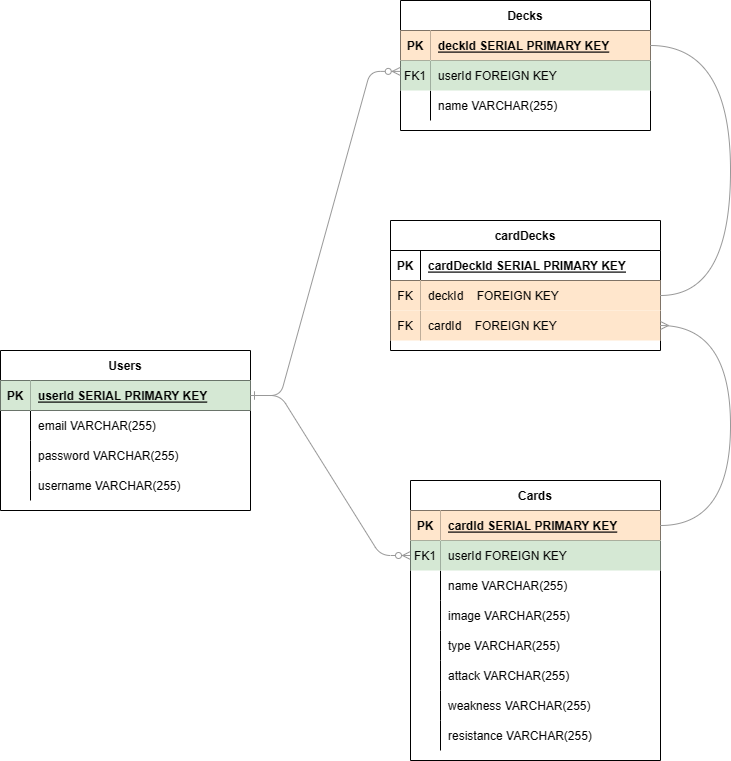
Earlier version of the draw.io export erd.drawio.png (JonDmc/PokeTCG). Source tidied: cells renumbered, new cells last; positions are measured from the earlier drawing's top-left corner, leaving out a move shared by most shapes.
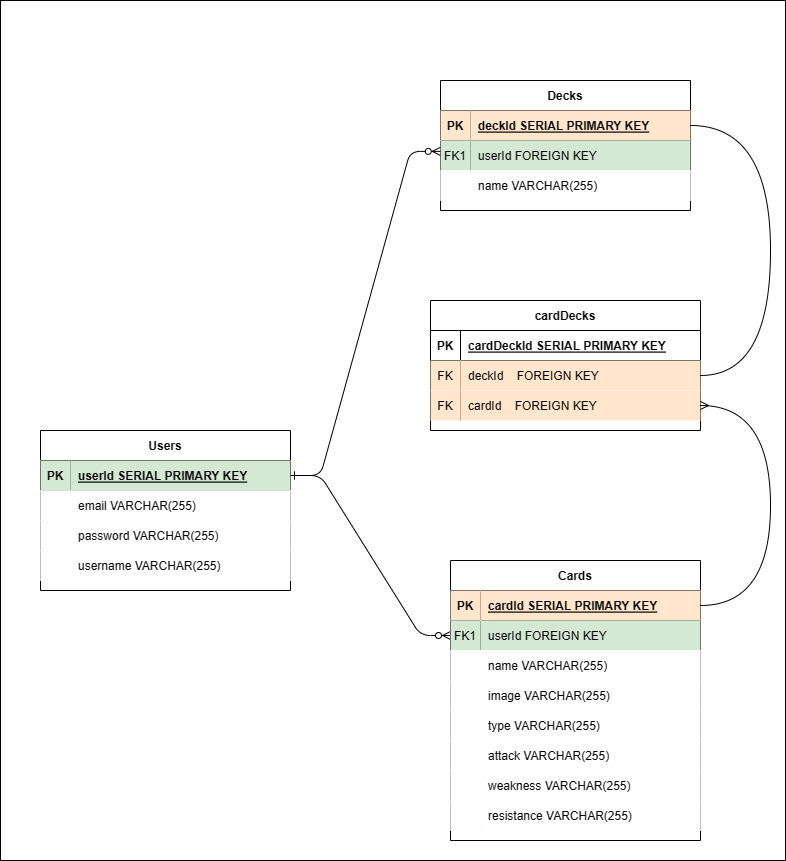
After the commit.

What changed in the source:
```diff
@@ -2,7 +2,10 @@
   <root>
     <mxCell id="0" />
     <mxCell id="1" parent="0" />
+    <mxCell id="64" style="rounded=0;whiteSpace=wrap;html=1;" parent="1" vertex="1">
+      <mxGeometry x="-40" y="-80" width="785" height="860" as="geometry" />
+    </mxCell>
-    <mxCell id="2" style="edgeStyle=entityRelationEdgeStyle;endArrow=ERzeroToMany;startArrow=ERone;endFill=1;startFill=0;strokeColor=#999999;" parent="1" edge="1" source="39" target="7">
+    <mxCell id="2" style="edgeStyle=entityRelationEdgeStyle;endArrow=ERzeroToMany;startArrow=ERone;endFill=1;startFill=0;strokeColor=#000000;" parent="1" edge="1" source="39" target="7">
       <mxGeometry relative="1" as="geometry" />
     </mxCell>
     <mxCell id="3" value="Cards" style="shape=table;startSize=30;rowLines=0;fontStyle=1;align=center;" parent="1" vertex="1">
@@ -26,58 +29,58 @@
     <mxCell id="9" value="userId FOREIGN KEY" style="shape=partialRectangle;overflow=hidden;fillColor=#d5e8d4;top=0;left=0;bottom=0;right=0;align=left;spacingLeft=6;strokeColor=#82b366;" parent="7" vertex="1">
       <mxGeometry x="30" width="220" height="30" as="geometry" />
     </mxCell>
-    <mxCell id="10" style="shape=partialRectangle;fillColor=none;top=0;left=0;right=0;bottom=0;" parent="3" vertex="1">
+    <mxCell id="10" style="shape=partialRectangle;top=0;left=0;right=0;bottom=0;" parent="3" vertex="1">
       <mxGeometry y="90" width="250" height="30" as="geometry" />
     </mxCell>
-    <mxCell id="11" style="shape=partialRectangle;overflow=hidden;fillColor=none;top=0;left=0;bottom=0;right=0;" parent="10" vertex="1">
+    <mxCell id="11" style="shape=partialRectangle;overflow=hidden;top=0;left=0;bottom=0;right=0;" parent="10" vertex="1">
       <mxGeometry width="30" height="30" as="geometry" />
     </mxCell>
-    <mxCell id="12" value="name VARCHAR(255)" style="shape=partialRectangle;overflow=hidden;fillColor=none;top=0;left=0;bottom=0;right=0;align=left;spacingLeft=6;" parent="10" vertex="1">
+    <mxCell id="12" value="name VARCHAR(255)" style="shape=partialRectangle;overflow=hidden;top=0;left=0;bottom=0;right=0;align=left;spacingLeft=6;" parent="10" vertex="1">
       <mxGeometry x="30" width="220" height="30" as="geometry" />
     </mxCell>
-    <mxCell id="13" style="shape=tableRow;horizontal=0;startSize=0;swimlaneHead=0;swimlaneBody=0;fillColor=none;top=0;left=0;right=0;bottom=0;" parent="3" vertex="1">
+    <mxCell id="13" style="shape=tableRow;horizontal=0;startSize=0;swimlaneHead=0;swimlaneBody=0;top=0;left=0;right=0;bottom=0;" parent="3" vertex="1">
       <mxGeometry y="120" width="250" height="30" as="geometry" />
     </mxCell>
-    <mxCell id="14" style="shape=partialRectangle;fillColor=none;top=0;left=0;bottom=0;right=0;overflow=hidden;" parent="13" vertex="1">
+    <mxCell id="14" style="shape=partialRectangle;top=0;left=0;bottom=0;right=0;overflow=hidden;" parent="13" vertex="1">
       <mxGeometry width="30" height="30" as="geometry" />
     </mxCell>
-    <mxCell id="15" value="image VARCHAR(255)" style="shape=partialRectangle;fillColor=none;top=0;left=0;bottom=0;right=0;align=left;spacingLeft=6;overflow=hidden;" parent="13" vertex="1">
+    <mxCell id="15" value="image VARCHAR(255)" style="shape=partialRectangle;top=0;left=0;bottom=0;right=0;align=left;spacingLeft=6;overflow=hidden;" parent="13" vertex="1">
       <mxGeometry x="30" width="220" height="30" as="geometry" />
     </mxCell>
-    <mxCell id="16" style="shape=tableRow;horizontal=0;startSize=0;swimlaneHead=0;swimlaneBody=0;fillColor=none;top=0;left=0;right=0;bottom=0;" parent="3" vertex="1">
+    <mxCell id="16" style="shape=tableRow;horizontal=0;startSize=0;swimlaneHead=0;swimlaneBody=0;top=0;left=0;right=0;bottom=0;" parent="3" vertex="1">
       <mxGeometry y="150" width="250" height="30" as="geometry" />
     </mxCell>
-    <mxCell id="17" style="shape=partialRectangle;fillColor=none;top=0;left=0;bottom=0;right=0;overflow=hidden;" parent="16" vertex="1">
+    <mxCell id="17" style="shape=partialRectangle;top=0;left=0;bottom=0;right=0;overflow=hidden;" parent="16" vertex="1">
       <mxGeometry width="30" height="30" as="geometry" />
     </mxCell>
-    <mxCell id="18" value="type VARCHAR(255)" style="shape=partialRectangle;fillColor=none;top=0;left=0;bottom=0;right=0;align=left;spacingLeft=6;overflow=hidden;" parent="16" vertex="1">
+    <mxCell id="18" value="type VARCHAR(255)" style="shape=partialRectangle;top=0;left=0;bottom=0;right=0;align=left;spacingLeft=6;overflow=hidden;" parent="16" vertex="1">
       <mxGeometry x="30" width="220" height="30" as="geometry" />
     </mxCell>
-    <mxCell id="19" style="shape=tableRow;horizontal=0;startSize=0;swimlaneHead=0;swimlaneBody=0;fillColor=none;top=0;left=0;right=0;bottom=0;" parent="3" vertex="1">
+    <mxCell id="19" style="shape=tableRow;horizontal=0;startSize=0;swimlaneHead=0;swimlaneBody=0;top=0;left=0;right=0;bottom=0;" parent="3" vertex="1">
       <mxGeometry y="180" width="250" height="30" as="geometry" />
     </mxCell>
-    <mxCell id="20" style="shape=partialRectangle;fillColor=none;top=0;left=0;bottom=0;right=0;overflow=hidden;" parent="19" vertex="1">
+    <mxCell id="20" style="shape=partialRectangle;top=0;left=0;bottom=0;right=0;overflow=hidden;" parent="19" vertex="1">
       <mxGeometry width="30" height="30" as="geometry" />
     </mxCell>
-    <mxCell id="21" value="attack VARCHAR(255)" style="shape=partialRectangle;fillColor=none;top=0;left=0;bottom=0;right=0;align=left;spacingLeft=6;overflow=hidden;" parent="19" vertex="1">
+    <mxCell id="21" value="attack VARCHAR(255)" style="shape=partialRectangle;top=0;left=0;bottom=0;right=0;align=left;spacingLeft=6;overflow=hidden;" parent="19" vertex="1">
       <mxGeometry x="30" width="220" height="30" as="geometry" />
     </mxCell>
-    <mxCell id="22" style="shape=tableRow;horizontal=0;startSize=0;swimlaneHead=0;swimlaneBody=0;fillColor=none;top=0;left=0;right=0;bottom=0;" parent="3" vertex="1">
+    <mxCell id="22" style="shape=tableRow;horizontal=0;startSize=0;swimlaneHead=0;swimlaneBody=0;top=0;left=0;right=0;bottom=0;" parent="3" vertex="1">
       <mxGeometry y="210" width="250" height="30" as="geometry" />
     </mxCell>
-    <mxCell id="23" style="shape=partialRectangle;fillColor=none;top=0;left=0;bottom=0;right=0;overflow=hidden;" parent="22" vertex="1">
+    <mxCell id="23" style="shape=partialRectangle;top=0;left=0;bottom=0;right=0;overflow=hidden;" parent="22" vertex="1">
       <mxGeometry width="30" height="30" as="geometry" />
     </mxCell>
-    <mxCell id="24" value="weakness VARCHAR(255)" style="shape=partialRectangle;fillColor=none;top=0;left=0;bottom=0;right=0;align=left;spacingLeft=6;overflow=hidden;" parent="22" vertex="1">
+    <mxCell id="24" value="weakness VARCHAR(255)" style="shape=partialRectangle;top=0;left=0;bottom=0;right=0;align=left;spacingLeft=6;overflow=hidden;" parent="22" vertex="1">
       <mxGeometry x="30" width="220" height="30" as="geometry" />
     </mxCell>
-    <mxCell id="25" style="shape=tableRow;horizontal=0;startSize=0;swimlaneHead=0;swimlaneBody=0;fillColor=none;top=0;left=0;right=0;bottom=0;" parent="3" vertex="1">
+    <mxCell id="25" style="shape=tableRow;horizontal=0;startSize=0;swimlaneHead=0;swimlaneBody=0;top=0;left=0;right=0;bottom=0;" parent="3" vertex="1">
       <mxGeometry y="240" width="250" height="30" as="geometry" />
     </mxCell>
-    <mxCell id="26" style="shape=partialRectangle;fillColor=none;top=0;left=0;bottom=0;right=0;overflow=hidden;" parent="25" vertex="1">
+    <mxCell id="26" style="shape=partialRectangle;top=0;left=0;bottom=0;right=0;overflow=hidden;" parent="25" vertex="1">
       <mxGeometry width="30" height="30" as="geometry" />
     </mxCell>
-    <mxCell id="27" value="resistance VARCHAR(255)" style="shape=partialRectangle;fillColor=none;top=0;left=0;bottom=0;right=0;align=left;spacingLeft=6;overflow=hidden;" parent="25" vertex="1">
+    <mxCell id="27" value="resistance VARCHAR(255)" style="shape=partialRectangle;top=0;left=0;bottom=0;right=0;align=left;spacingLeft=6;overflow=hidden;" parent="25" vertex="1">
       <mxGeometry x="30" width="220" height="30" as="geometry" />
     </mxCell>
     <mxCell id="28" value="Decks" style="shape=table;startSize=30;rowLines=0;fontStyle=1;align=center;" parent="1" vertex="1">
@@ -101,13 +104,13 @@
     <mxCell id="34" value="userId FOREIGN KEY" style="shape=partialRectangle;overflow=hidden;fillColor=#d5e8d4;top=0;left=0;bottom=0;right=0;align=left;spacingLeft=6;strokeColor=#82b366;" parent="32" vertex="1">
       <mxGeometry x="30" width="220" height="30" as="geometry" />
     </mxCell>
-    <mxCell id="35" style="shape=partialRectangle;fillColor=none;top=0;left=0;right=0;bottom=0;" parent="28" vertex="1">
+    <mxCell id="35" style="shape=partialRectangle;top=0;left=0;right=0;bottom=0;" parent="28" vertex="1">
       <mxGeometry y="90" width="250" height="30" as="geometry" />
     </mxCell>
-    <mxCell id="36" style="shape=partialRectangle;overflow=hidden;fillColor=none;top=0;left=0;bottom=0;right=0;" parent="35" vertex="1">
+    <mxCell id="36" style="shape=partialRectangle;overflow=hidden;top=0;left=0;bottom=0;right=0;" parent="35" vertex="1">
       <mxGeometry width="30" height="30" as="geometry" />
     </mxCell>
-    <mxCell id="37" value="name VARCHAR(255)" style="shape=partialRectangle;overflow=hidden;fillColor=none;top=0;left=0;bottom=0;right=0;align=left;spacingLeft=6;" parent="35" vertex="1">
+    <mxCell id="37" value="name VARCHAR(255)" style="shape=partialRectangle;overflow=hidden;top=0;left=0;bottom=0;right=0;align=left;spacingLeft=6;" parent="35" vertex="1">
       <mxGeometry x="30" width="220" height="30" as="geometry" />
     </mxCell>
     <mxCell id="38" value="Users" style="shape=table;startSize=30;rowLines=0;fontStyle=1;align=center;" parent="1" vertex="1">
@@ -122,34 +125,34 @@
     <mxCell id="41" value="userId SERIAL PRIMARY KEY" style="shape=partialRectangle;overflow=hidden;fillColor=#d5e8d4;top=0;left=0;bottom=0;right=0;align=left;spacingLeft=6;fontStyle=5;strokeColor=#82b366;" parent="39" vertex="1">
       <mxGeometry x="30" width="220" height="30" as="geometry" />
     </mxCell>
-    <mxCell id="42" style="shape=partialRectangle;fillColor=none;top=0;left=0;right=0;bottom=0;" parent="38" vertex="1">
+    <mxCell id="42" style="shape=partialRectangle;top=0;left=0;right=0;bottom=0;" parent="38" vertex="1">
       <mxGeometry y="60" width="250" height="30" as="geometry" />
     </mxCell>
-    <mxCell id="43" style="shape=partialRectangle;overflow=hidden;fillColor=none;top=0;left=0;bottom=0;right=0;" parent="42" vertex="1">
+    <mxCell id="43" style="shape=partialRectangle;overflow=hidden;top=0;left=0;bottom=0;right=0;" parent="42" vertex="1">
       <mxGeometry width="30" height="30" as="geometry" />
     </mxCell>
-    <mxCell id="44" value="email VARCHAR(255)" style="shape=partialRectangle;overflow=hidden;fillColor=none;top=0;left=0;bottom=0;right=0;align=left;spacingLeft=6;" parent="42" vertex="1">
+    <mxCell id="44" value="email VARCHAR(255)" style="shape=partialRectangle;overflow=hidden;top=0;left=0;bottom=0;right=0;align=left;spacingLeft=6;" parent="42" vertex="1">
       <mxGeometry x="30" width="220" height="30" as="geometry" />
     </mxCell>
-    <mxCell id="45" style="shape=tableRow;horizontal=0;startSize=0;swimlaneHead=0;swimlaneBody=0;fillColor=none;top=0;left=0;right=0;bottom=0;" parent="38" vertex="1">
+    <mxCell id="45" style="shape=tableRow;horizontal=0;startSize=0;swimlaneHead=0;swimlaneBody=0;top=0;left=0;right=0;bottom=0;" parent="38" vertex="1">
       <mxGeometry y="90" width="250" height="30" as="geometry" />
     </mxCell>
-    <mxCell id="46" style="shape=partialRectangle;fillColor=none;top=0;left=0;bottom=0;right=0;overflow=hidden;" parent="45" vertex="1">
+    <mxCell id="46" style="shape=partialRectangle;top=0;left=0;bottom=0;right=0;overflow=hidden;" parent="45" vertex="1">
       <mxGeometry width="30" height="30" as="geometry" />
     </mxCell>
-    <mxCell id="47" value="password VARCHAR(255)" style="shape=partialRectangle;fillColor=none;top=0;left=0;bottom=0;right=0;align=left;spacingLeft=6;overflow=hidden;" parent="45" vertex="1">
+    <mxCell id="47" value="password VARCHAR(255)" style="shape=partialRectangle;top=0;left=0;bottom=0;right=0;align=left;spacingLeft=6;overflow=hidden;" parent="45" vertex="1">
       <mxGeometry x="30" width="220" height="30" as="geometry" />
     </mxCell>
-    <mxCell id="48" style="shape=tableRow;horizontal=0;startSize=0;swimlaneHead=0;swimlaneBody=0;fillColor=none;top=0;left=0;right=0;bottom=0;" parent="38" vertex="1">
+    <mxCell id="48" style="shape=tableRow;horizontal=0;startSize=0;swimlaneHead=0;swimlaneBody=0;top=0;left=0;right=0;bottom=0;" parent="38" vertex="1">
       <mxGeometry y="120" width="250" height="30" as="geometry" />
     </mxCell>
-    <mxCell id="49" style="shape=partialRectangle;fillColor=none;top=0;left=0;bottom=0;right=0;overflow=hidden;" parent="48" vertex="1">
+    <mxCell id="49" style="shape=partialRectangle;top=0;left=0;bottom=0;right=0;overflow=hidden;" parent="48" vertex="1">
       <mxGeometry width="30" height="30" as="geometry" />
     </mxCell>
-    <mxCell id="50" value="username VARCHAR(255)" style="shape=partialRectangle;fillColor=none;top=0;left=0;bottom=0;right=0;align=left;spacingLeft=6;overflow=hidden;" parent="48" vertex="1">
+    <mxCell id="50" value="username VARCHAR(255)" style="shape=partialRectangle;top=0;left=0;bottom=0;right=0;align=left;spacingLeft=6;overflow=hidden;" parent="48" vertex="1">
       <mxGeometry x="30" width="220" height="30" as="geometry" />
     </mxCell>
-    <mxCell id="51" style="edgeStyle=entityRelationEdgeStyle;endArrow=ERzeroToMany;startArrow=ERone;endFill=1;startFill=0;entryX=-0.001;entryY=0.363;entryDx=0;entryDy=0;entryPerimeter=0;strokeColor=#999999;" parent="1" edge="1" source="39" target="32">
+    <mxCell id="51" style="edgeStyle=entityRelationEdgeStyle;endArrow=ERzeroToMany;startArrow=ERone;endFill=1;startFill=0;entryX=-0.001;entryY=0.363;entryDx=0;entryDy=0;entryPerimeter=0;strokeColor=#000000;" parent="1" edge="1" source="39" target="32">
       <mxGeometry relative="1" as="geometry" />
     </mxCell>
     <mxCell id="52" value="cardDecks" style="shape=table;startSize=30;rowLines=0;fontStyle=1;align=center;" parent="1" vertex="1">
@@ -182,7 +185,7 @@
     <mxCell id="61" value="cardId    FOREIGN KEY" style="shape=partialRectangle;fillColor=#ffe6cc;top=0;left=0;bottom=0;right=0;align=left;spacingLeft=6;fontStyle=0;overflow=hidden;strokeColor=#d79b00;" parent="59" vertex="1">
       <mxGeometry x="30" width="240" height="30" as="geometry" />
     </mxCell>
-    <mxCell id="62" style="edgeStyle=orthogonalEdgeStyle;fontSize=12;html=1;endArrow=none;endFill=0;rounded=0;entryX=1;entryY=0.5;entryDx=0;entryDy=0;exitX=1;exitY=0.5;exitDx=0;exitDy=0;curved=1;strokeColor=#999999;" parent="1" edge="1" source="29" target="56">
+    <mxCell id="62" style="edgeStyle=orthogonalEdgeStyle;fontSize=12;html=1;endArrow=none;endFill=0;rounded=0;entryX=1;entryY=0.5;entryDx=0;entryDy=0;exitX=1;exitY=0.5;exitDx=0;exitDy=0;curved=1;strokeColor=#000000;" parent="1" edge="1" source="29" target="56">
       <mxGeometry relative="1" as="geometry">
         <Array as="points">
           <mxPoint x="730" y="45" />
@@ -190,7 +193,7 @@
         </Array>
       </mxGeometry>
     </mxCell>
-    <mxCell id="63" style="edgeStyle=orthogonalEdgeStyle;fontSize=12;html=1;endArrow=ERmany;rounded=0;curved=1;exitX=1;exitY=0.5;exitDx=0;exitDy=0;entryX=1;entryY=0.5;entryDx=0;entryDy=0;strokeColor=#999999;" parent="1" edge="1" source="4" target="59">
+    <mxCell id="63" style="edgeStyle=orthogonalEdgeStyle;fontSize=12;html=1;endArrow=ERmany;rounded=0;curved=1;exitX=1;exitY=0.5;exitDx=0;exitDy=0;entryX=1;entryY=0.5;entryDx=0;entryDy=0;strokeColor=#000000;" parent="1" edge="1" source="4" target="59">
       <mxGeometry relative="1" as="geometry">
         <Array as="points">
           <mxPoint x="730" y="525" />
```
